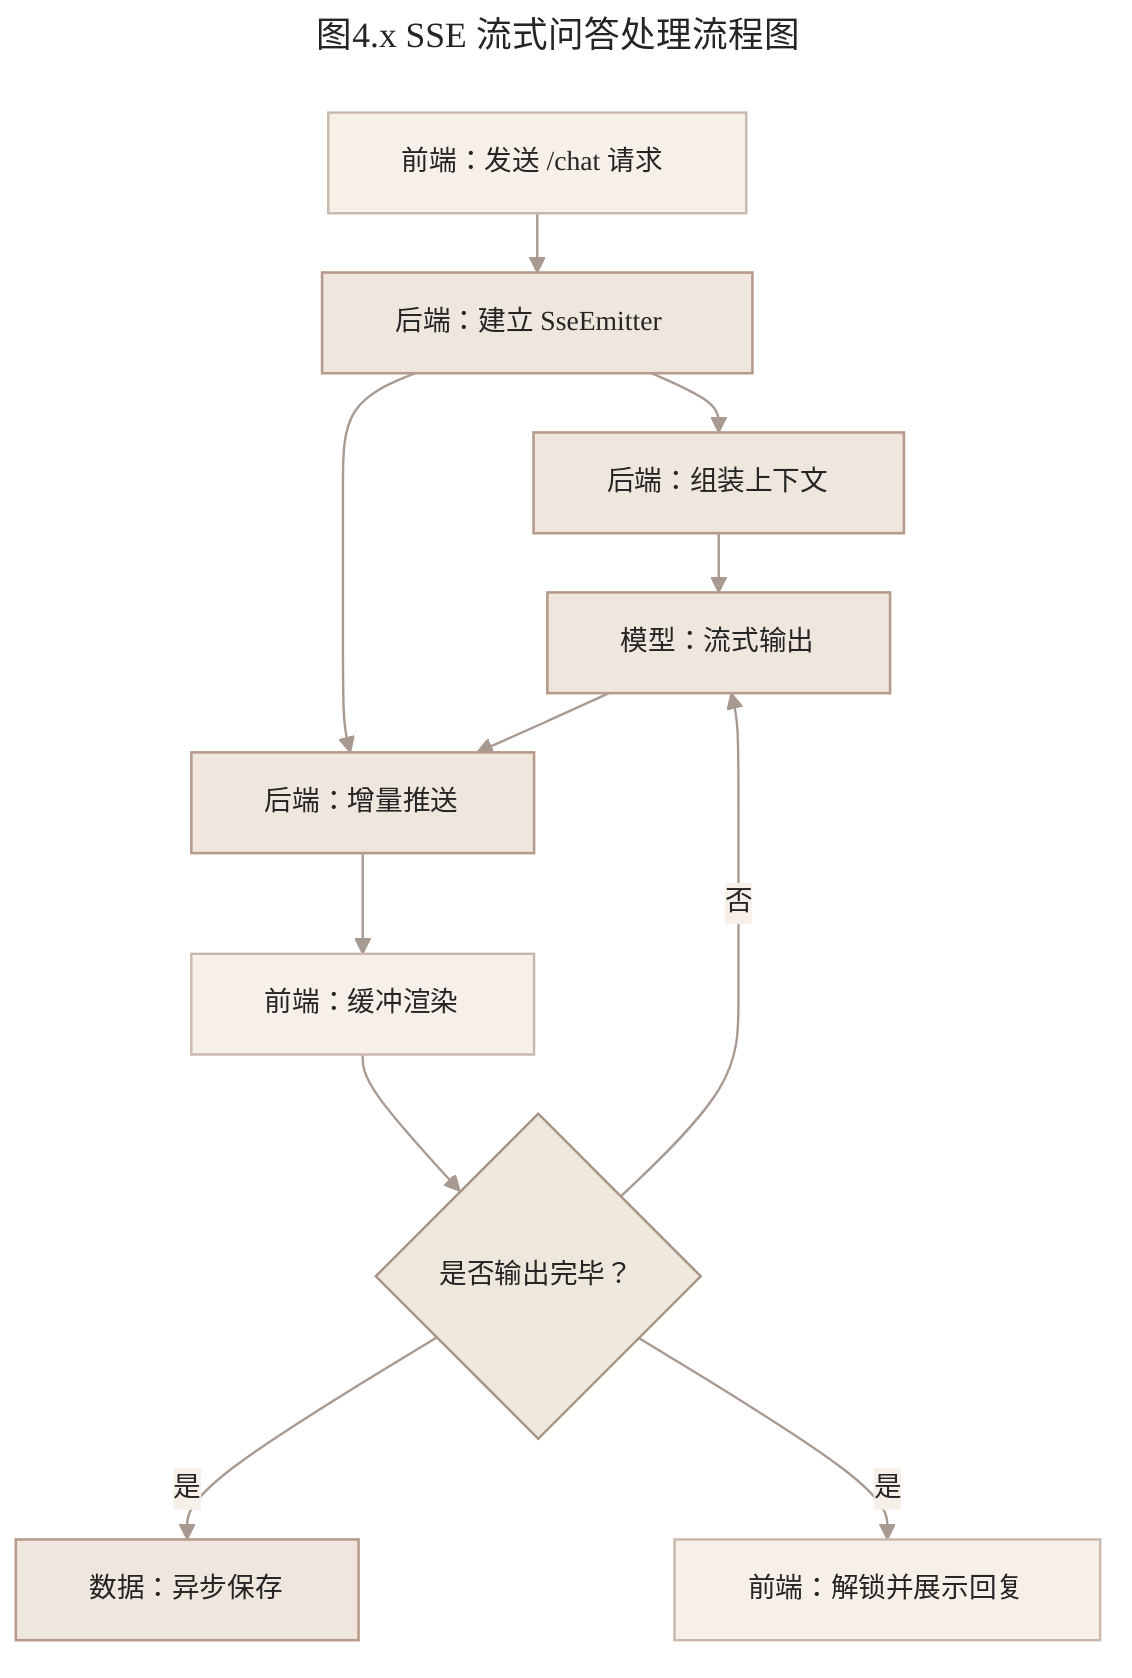
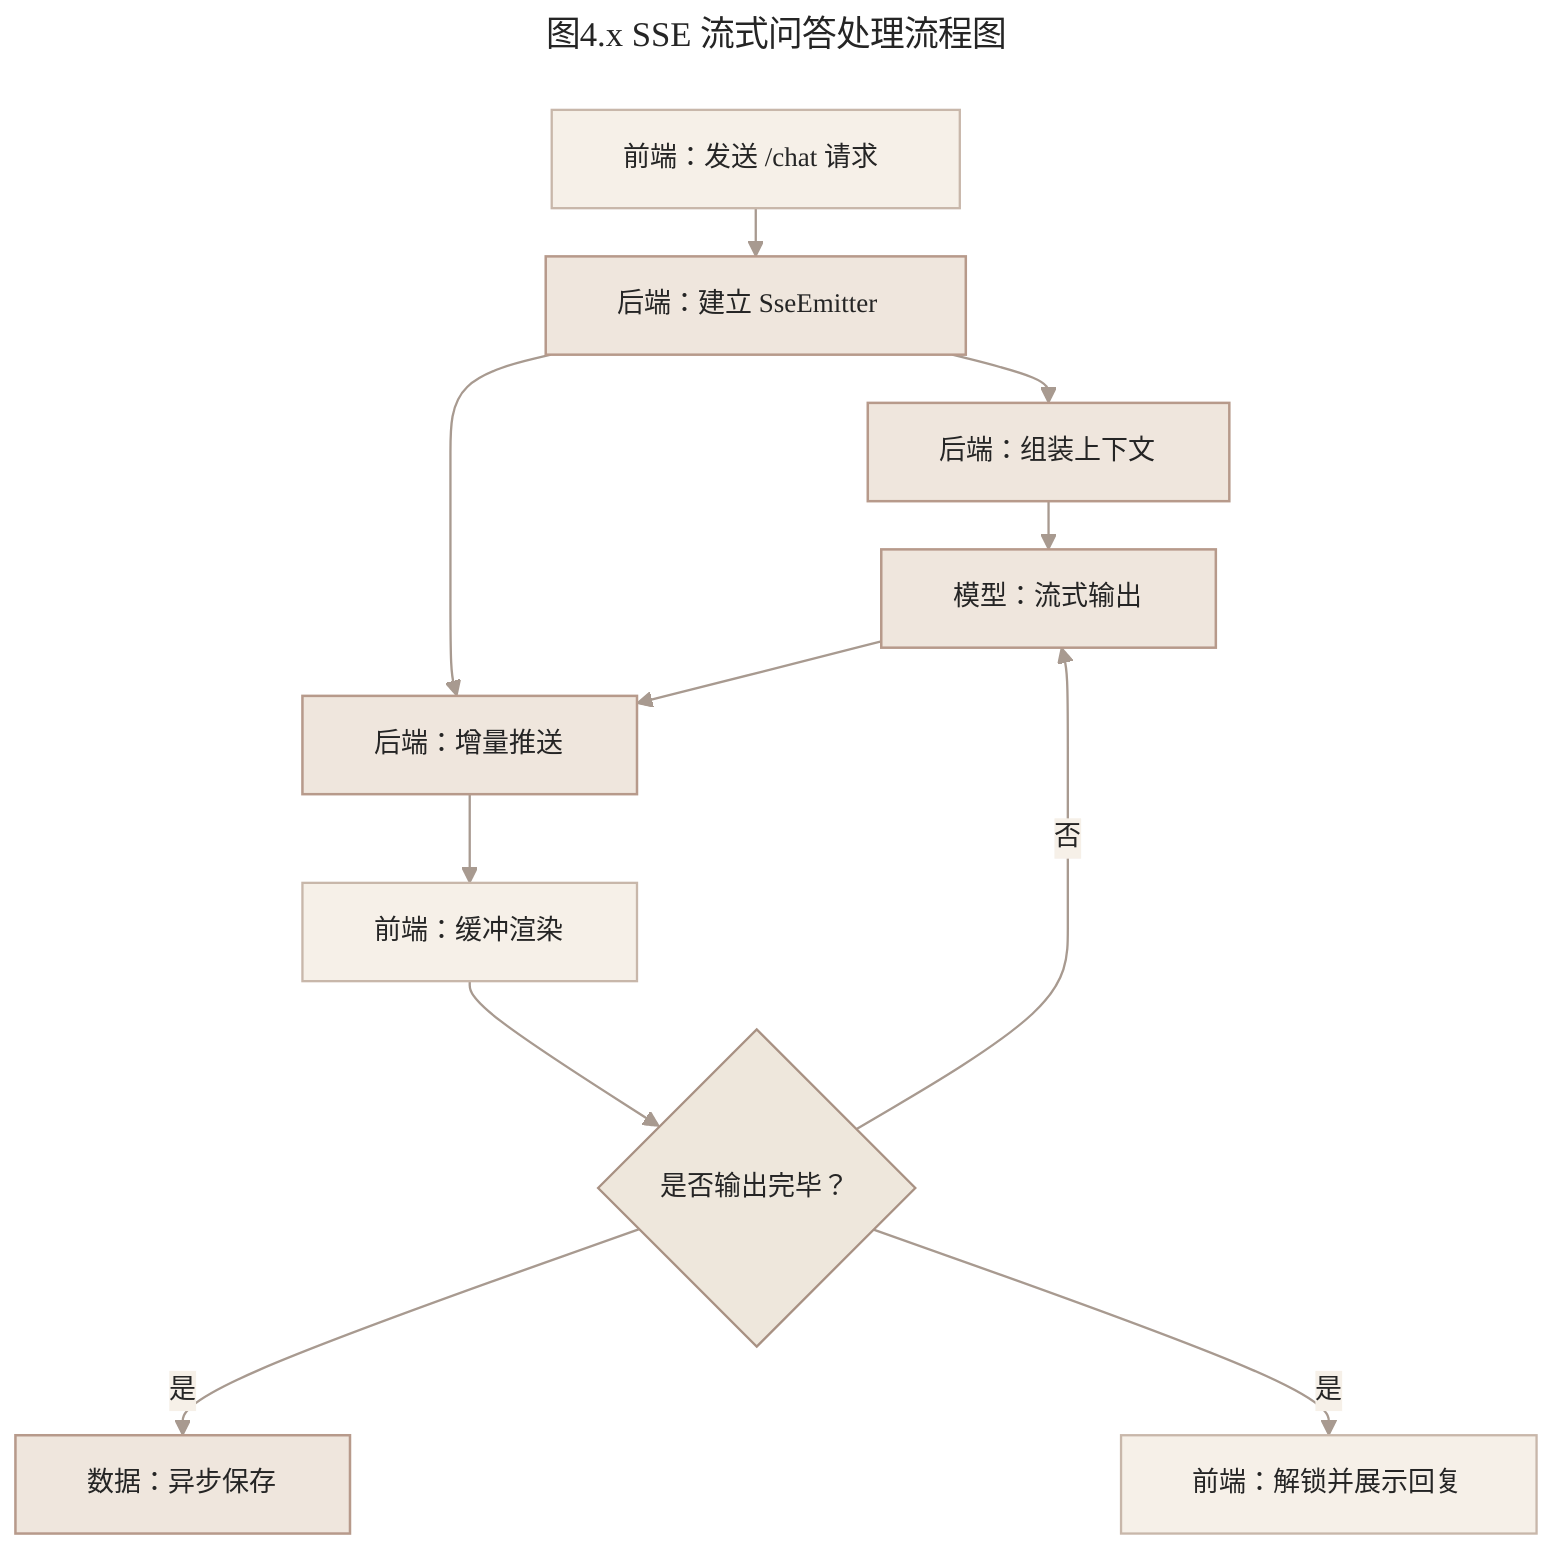
---
title: 图4.x SSE 流式问答处理流程图
---
%%{init: {
  "theme": "base",
  "themeVariables": {
    "background": "#FAF8F2",
    "primaryColor": "#EFE6DD",
    "primaryBorderColor": "#B79A8B",
    "primaryTextColor": "#252525",
    "lineColor": "#A89A90",
    "secondaryColor": "#F6F0E8",
    "tertiaryColor": "#FBFAF6",
    "fontFamily": "system-ui, -apple-system, \"Microsoft YaHei\", sans-serif",
    "fontSize": "14px",
    "nodePadding": "15px"
  },
  "flowchart": {
-     "nodeSpacing": 160,
-     "rankSpacing": 30
+     "nodeSpacing": 400,
+     "rankSpacing": 25
  }
}}%%
flowchart TB
  fe_send[" &nbsp; 前端：发送 /chat 请求 &nbsp; "]

  be_emitter[" &nbsp; 后端：建立 SseEmitter &nbsp; "]
  be_context[" &nbsp; 后端：组装上下文 &nbsp; "]

  llm_stream[" &nbsp; 模型：流式输出 &nbsp; "]
  be_push[" &nbsp; 后端：增量推送 &nbsp; "]
  fe_render[" &nbsp; 前端：缓冲渲染 &nbsp; "]

  check_done{" &nbsp; 是否输出完毕？ &nbsp; "}

  db_save[" &nbsp; 数据：异步保存 &nbsp; "]
  fe_finish[" &nbsp; 前端：解锁并展示回复 &nbsp; "]

  fe_send --> be_emitter --> be_context

  be_context --> llm_stream
  be_emitter --> be_push

  llm_stream --> be_push
  be_push --> fe_render
  fe_render --> check_done

  check_done -- "否" --> llm_stream
  check_done -- "是" --> db_save
  check_done -- "是" --> fe_finish

  classDef main fill:#EFE6DD,stroke:#B79A8B,stroke-width:1.3px,color:#252525
  classDef node fill:#F6F0E8,stroke:#C8B7AA,stroke-width:1.2px,color:#252525
  classDef decision fill:#EEE7DC,stroke:#A89183,color:#252525

  class be_emitter,be_context,llm_stream,be_push,db_save main
  class fe_send,fe_render,fe_finish node
  class check_done decision
  linkStyle default stroke:#A89A90,stroke-width:1.2px
